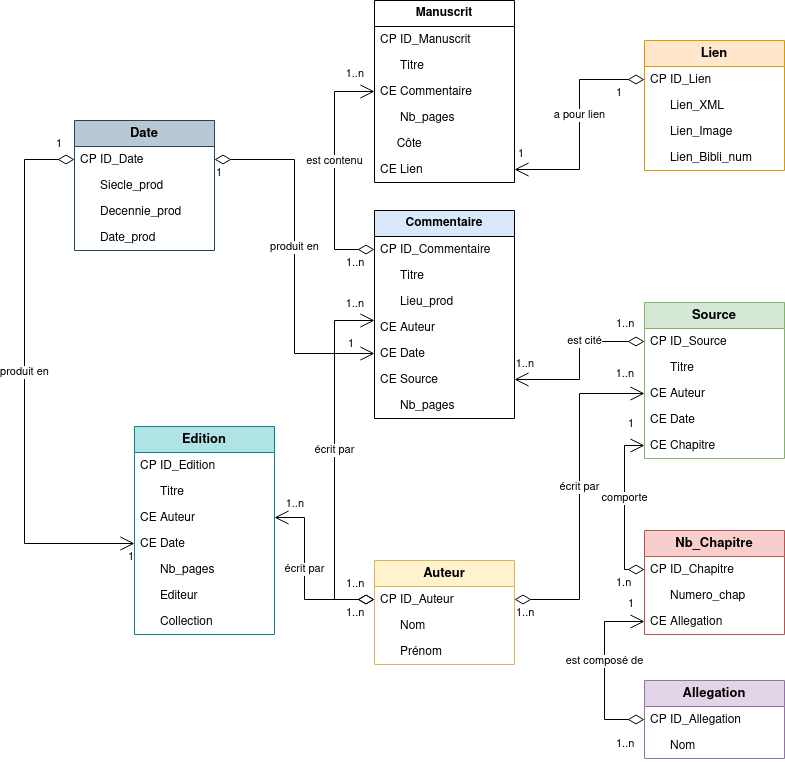
Above: Base_de_donnees.drawio.png in TitouanCiSaMe/Data_Base (draw.io), before the change. Source tidied: cells renumbered, new cells last; positions are measured from the earlier drawing's top-left corner, leaving out a move shared by most shapes.
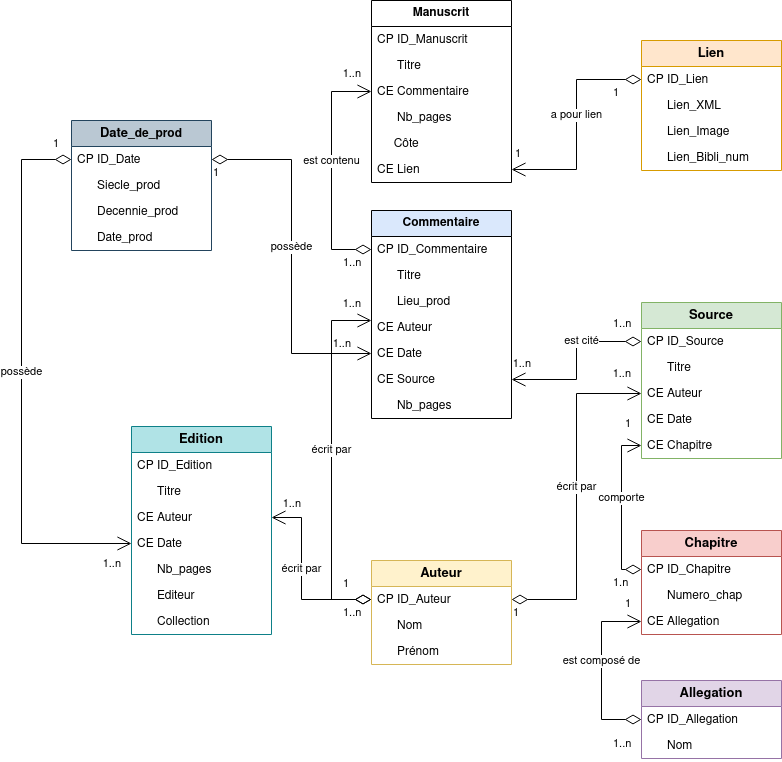
The same file after the commit.

Commit message:
Mettre à jour Base_de_donnees.drawio.png

The edit, as a diff of the source:
```diff
@@ -50,7 +50,7 @@
     <mxCell id="17" value="&amp;nbsp;&amp;nbsp;&amp;nbsp;&amp;nbsp;&amp;nbsp; Lien_Bibli_num" style="text;strokeColor=none;fillColor=none;align=left;verticalAlign=top;spacingLeft=4;spacingRight=4;overflow=hidden;whiteSpace=wrap;html=1;" parent="13" vertex="1">
       <mxGeometry y="104" width="140" height="26" as="geometry" />
     </mxCell>
-    <mxCell id="18" value="&lt;font style=&quot;font-size: 13px;&quot;&gt;&lt;b&gt;Date&lt;/b&gt;&lt;/font&gt;" style="swimlane;fontStyle=0;horizontal=1;startSize=26;fillColor=#bac8d3;whiteSpace=wrap;html=1;strokeColor=#23445d;" parent="1" vertex="1">
+    <mxCell id="18" value="&lt;b&gt;&lt;font style=&quot;font-size: 13px;&quot;&gt;Date&lt;/font&gt;_de_prod&lt;/b&gt;" style="swimlane;fontStyle=0;horizontal=1;startSize=26;fillColor=#bac8d3;whiteSpace=wrap;html=1;strokeColor=#23445d;" parent="1" vertex="1">
       <mxGeometry x="50" y="120" width="140" height="130" as="geometry" />
     </mxCell>
     <mxCell id="19" value="CP ID_Date" style="text;strokeColor=none;fillColor=none;align=left;verticalAlign=top;spacingLeft=4;spacingRight=4;overflow=hidden;points=[[0,0.5],[1,0.5]];portConstraint=eastwest;whiteSpace=wrap;html=1;" parent="18" vertex="1">
@@ -89,7 +89,7 @@
     <mxCell id="30" value="&amp;nbsp;&amp;nbsp;&amp;nbsp;&amp;nbsp;&amp;nbsp; Collection" style="text;strokeColor=none;fillColor=none;align=left;verticalAlign=top;spacingLeft=4;spacingRight=4;overflow=hidden;whiteSpace=wrap;html=1;" parent="23" vertex="1">
       <mxGeometry y="182" width="140" height="26" as="geometry" />
     </mxCell>
-    <mxCell id="31" value="&lt;font style=&quot;font-size: 13px;&quot;&gt;&lt;b&gt;Nb_Chapitre&lt;/b&gt;&lt;/font&gt;" style="swimlane;fontStyle=0;horizontal=1;startSize=26;fillColor=#f8cecc;whiteSpace=wrap;html=1;strokeColor=#b85450;" parent="1" vertex="1">
+    <mxCell id="31" value="&lt;font style=&quot;font-size: 13px;&quot;&gt;&lt;b&gt;Chapitre&lt;/b&gt;&lt;/font&gt;" style="swimlane;fontStyle=0;horizontal=1;startSize=26;fillColor=#f8cecc;whiteSpace=wrap;html=1;strokeColor=#b85450;" parent="1" vertex="1">
       <mxGeometry x="620" y="530" width="140" height="104" as="geometry" />
     </mxCell>
     <mxCell id="32" value="CP ID_Chapitre" style="text;strokeColor=none;fillColor=none;align=left;verticalAlign=top;spacingLeft=4;spacingRight=4;overflow=hidden;points=[[0,0.5],[1,0.5]];portConstraint=eastwest;whiteSpace=wrap;html=1;" parent="31" vertex="1">
@@ -152,7 +152,7 @@
     <mxCell id="51" value="&amp;nbsp;&amp;nbsp;&amp;nbsp;&amp;nbsp;&amp;nbsp; Nb_pages" style="text;strokeColor=none;fillColor=none;align=left;verticalAlign=top;spacingLeft=4;spacingRight=4;overflow=hidden;whiteSpace=wrap;html=1;" parent="44" vertex="1">
       <mxGeometry y="182" width="140" height="26" as="geometry" />
     </mxCell>
-    <mxCell id="52" value="produit en" style="endArrow=open;html=1;endSize=12;startArrow=diamondThin;startSize=14;startFill=0;edgeStyle=orthogonalEdgeStyle;rounded=0;labelBackgroundColor=default;strokeColor=default;align=center;verticalAlign=bottom;fontFamily=Helvetica;fontSize=11;fontColor=default;shape=connector;curved=0;exitX=0;exitY=0.5;exitDx=0;exitDy=0;entryX=0;entryY=0.5;entryDx=0;entryDy=0;" parent="1" edge="1" source="19" target="27">
+    <mxCell id="52" value="possède" style="endArrow=open;html=1;endSize=12;startArrow=diamondThin;startSize=14;startFill=0;edgeStyle=orthogonalEdgeStyle;rounded=0;labelBackgroundColor=default;strokeColor=default;align=center;verticalAlign=bottom;fontFamily=Helvetica;fontSize=11;fontColor=default;shape=connector;curved=0;exitX=0;exitY=0.5;exitDx=0;exitDy=0;entryX=0;entryY=0.5;entryDx=0;entryDy=0;" parent="1" edge="1" source="19" target="27">
       <mxGeometry relative="1" as="geometry">
         <Array as="points">
           <mxPoint y="159" />
@@ -165,16 +165,18 @@
         <mxPoint x="-20" y="-29" as="offset" />
       </mxGeometry>
     </mxCell>
-    <mxCell id="54" value="1" style="edgeLabel;html=1;align=right;verticalAlign=top;fontFamily=Helvetica;fontSize=11;fontColor=default;" parent="52" vertex="1">
-      <mxGeometry x="1" relative="1" as="geometry" />
+    <mxCell id="54" value="1..n" style="edgeLabel;html=1;align=right;verticalAlign=top;fontFamily=Helvetica;fontSize=11;fontColor=default;" parent="52" vertex="1">
+      <mxGeometry x="1" relative="1" as="geometry">
+        <mxPoint x="-10" y="7" as="offset" />
+      </mxGeometry>
     </mxCell>
-    <mxCell id="55" value="produit en" style="endArrow=open;html=1;endSize=12;startArrow=diamondThin;startSize=14;startFill=0;edgeStyle=orthogonalEdgeStyle;rounded=0;labelBackgroundColor=default;strokeColor=default;align=center;verticalAlign=bottom;fontFamily=Helvetica;fontSize=11;fontColor=default;shape=connector;curved=0;exitX=1;exitY=0.5;exitDx=0;exitDy=0;" parent="1" edge="1" source="19" target="49">
+    <mxCell id="55" value="possède" style="endArrow=open;html=1;endSize=12;startArrow=diamondThin;startSize=14;startFill=0;edgeStyle=orthogonalEdgeStyle;rounded=0;labelBackgroundColor=default;strokeColor=default;align=center;verticalAlign=bottom;fontFamily=Helvetica;fontSize=11;fontColor=default;shape=connector;curved=0;exitX=1;exitY=0.5;exitDx=0;exitDy=0;" parent="1" edge="1" source="19" target="49">
       <mxGeometry relative="1" as="geometry" />
     </mxCell>
     <mxCell id="56" value="1" style="edgeLabel;html=1;align=left;verticalAlign=top;fontFamily=Helvetica;fontSize=11;fontColor=default;" parent="55" vertex="1">
       <mxGeometry x="-1" relative="1" as="geometry" />
     </mxCell>
-    <mxCell id="57" value="1" style="edgeLabel;html=1;align=right;verticalAlign=top;fontFamily=Helvetica;fontSize=11;fontColor=default;" parent="55" vertex="1">
+    <mxCell id="57" value="1..n" style="edgeLabel;html=1;align=right;verticalAlign=top;fontFamily=Helvetica;fontSize=11;fontColor=default;" parent="55" vertex="1">
       <mxGeometry x="1" relative="1" as="geometry">
         <mxPoint x="-20" y="-23" as="offset" />
       </mxGeometry>
@@ -205,7 +207,7 @@
         </Array>
       </mxGeometry>
     </mxCell>
-    <mxCell id="62" value="1..n" style="edgeLabel;html=1;align=left;verticalAlign=top;fontFamily=Helvetica;fontSize=11;fontColor=default;" parent="61" vertex="1">
+    <mxCell id="62" value="1" style="edgeLabel;html=1;align=left;verticalAlign=top;fontFamily=Helvetica;fontSize=11;fontColor=default;" parent="61" vertex="1">
       <mxGeometry x="-1" relative="1" as="geometry">
         <mxPoint x="-30" y="-29" as="offset" />
       </mxGeometry>
@@ -218,7 +220,7 @@
     <mxCell id="64" value="écrit par" style="endArrow=open;html=1;endSize=12;startArrow=diamondThin;startSize=14;startFill=0;edgeStyle=orthogonalEdgeStyle;rounded=0;labelBackgroundColor=default;strokeColor=default;align=center;verticalAlign=bottom;fontFamily=Helvetica;fontSize=11;fontColor=default;shape=connector;curved=0;exitX=1;exitY=0.5;exitDx=0;exitDy=0;entryX=0;entryY=0.5;entryDx=0;entryDy=0;" parent="1" edge="1" source="10" target="41">
       <mxGeometry relative="1" as="geometry" />
     </mxCell>
-    <mxCell id="65" value="1..n" style="edgeLabel;html=1;align=left;verticalAlign=top;fontFamily=Helvetica;fontSize=11;fontColor=default;" parent="64" vertex="1">
+    <mxCell id="65" value="1" style="edgeLabel;html=1;align=left;verticalAlign=top;fontFamily=Helvetica;fontSize=11;fontColor=default;" parent="64" vertex="1">
       <mxGeometry x="-1" relative="1" as="geometry" />
     </mxCell>
     <mxCell id="66" value="1..n" style="edgeLabel;html=1;align=right;verticalAlign=top;fontFamily=Helvetica;fontSize=11;fontColor=default;" parent="64" vertex="1">
```
